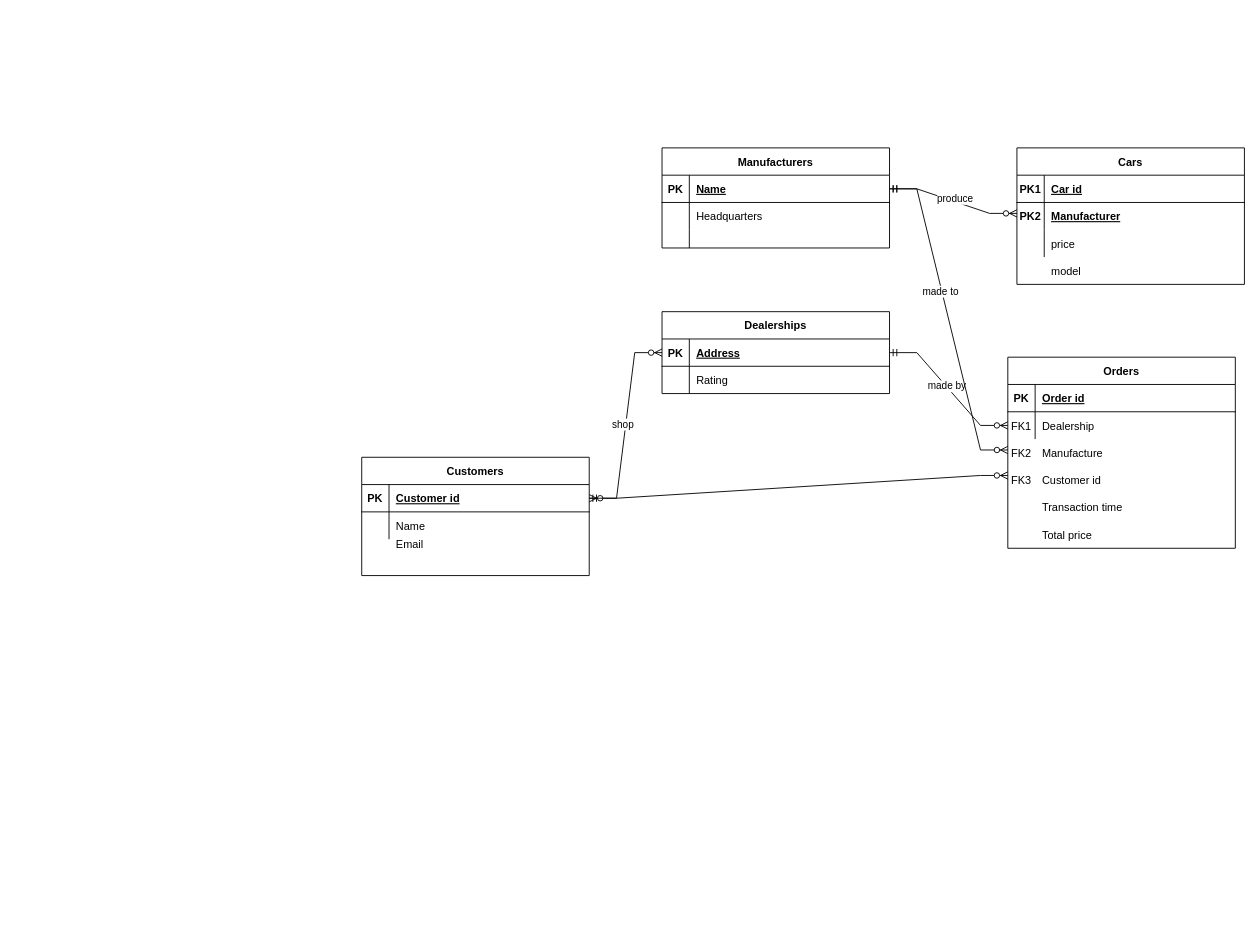
Before: Untitled2 Diagram.drawio in Peiwen0514/CS411-Database-Systems, a draw.io diagram. Source tidied: cells renumbered, new cells numbered last; positions are measured from the earlier drawing's top-left corner, leaving out a move shared by most shapes. Both pictures are drawn from the tidied source at 91%, with x=0, y=0 at pixel (361, 147).
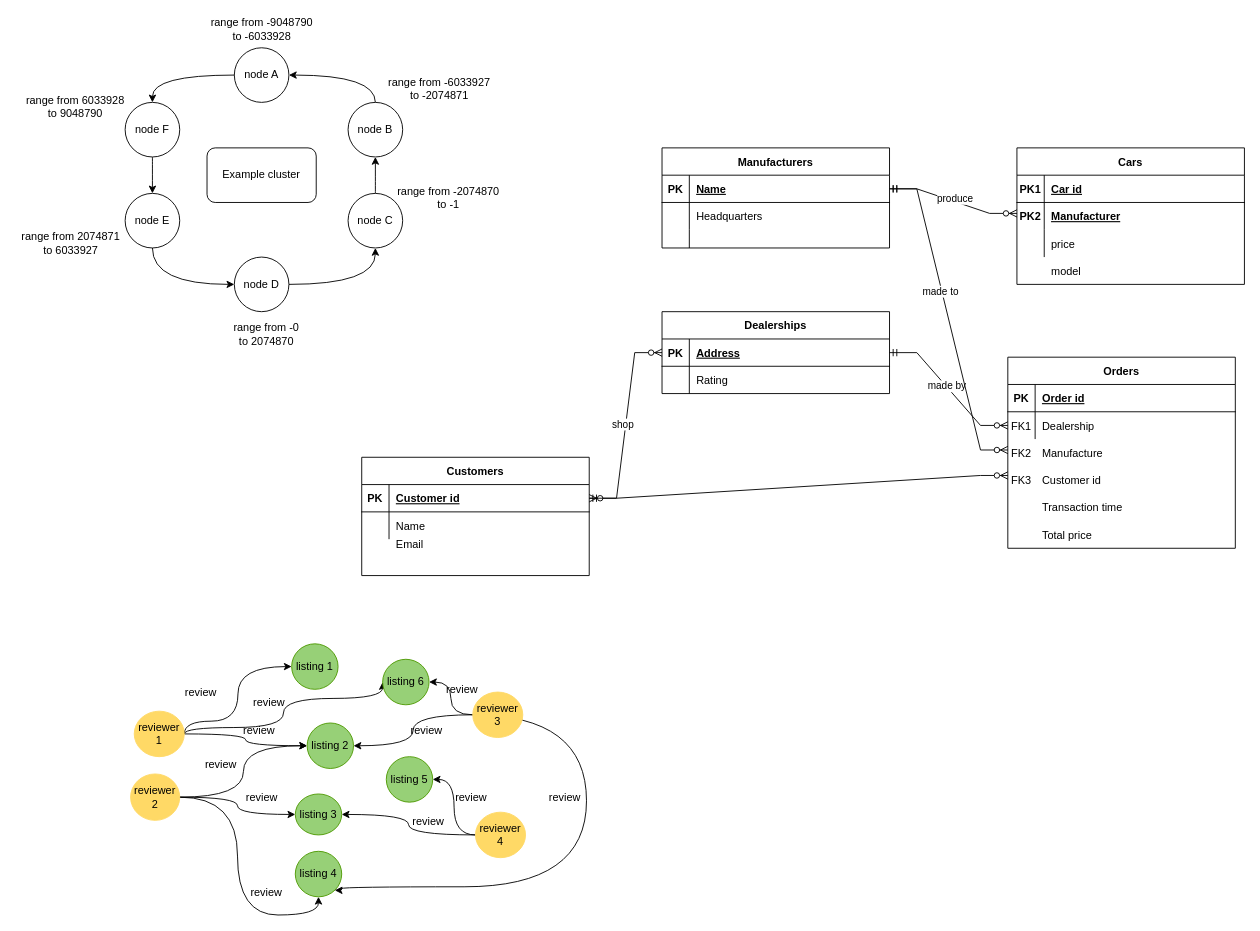
Above is the later version.

The edit, as a diff of the source:
```diff
@@
+    <mxCell id="64" style="edgeStyle=orthogonalEdgeStyle;curved=1;rounded=0;jettySize=auto;html=1;exitX=0;exitY=0.5;exitDx=0;exitDy=0;entryX=0.5;entryY=0;entryDx=0;entryDy=0;" parent="1" edge="1" source="65" target="67">
+      <mxGeometry relative="1" as="geometry" />
+    </mxCell>
+    <mxCell id="65" value="node A" style="ellipse;whiteSpace=wrap;html=1;" parent="1" vertex="1">
+      <mxGeometry x="-140" y="-110" width="60" height="60" as="geometry" />
+    </mxCell>
+    <mxCell id="66" style="edgeStyle=orthogonalEdgeStyle;curved=1;rounded=0;jettySize=auto;html=1;exitX=0.5;exitY=1;exitDx=0;exitDy=0;entryX=0.5;entryY=0;entryDx=0;entryDy=0;" parent="1" edge="1" source="67" target="69">
+      <mxGeometry relative="1" as="geometry" />
+    </mxCell>
+    <mxCell id="67" value="node F" style="ellipse;whiteSpace=wrap;html=1;" parent="1" vertex="1">
+      <mxGeometry x="-260" y="-50" width="60" height="60" as="geometry" />
+    </mxCell>
+    <mxCell id="68" style="edgeStyle=orthogonalEdgeStyle;curved=1;rounded=0;jettySize=auto;html=1;exitX=0.5;exitY=1;exitDx=0;exitDy=0;entryX=0;entryY=0.5;entryDx=0;entryDy=0;" parent="1" edge="1" source="69" target="71">
+      <mxGeometry relative="1" as="geometry" />
+    </mxCell>
+    <mxCell id="69" value="node E" style="ellipse;whiteSpace=wrap;html=1;" parent="1" vertex="1">
+      <mxGeometry x="-260" y="50" width="60" height="60" as="geometry" />
+    </mxCell>
+    <mxCell id="70" style="edgeStyle=orthogonalEdgeStyle;curved=1;rounded=0;jettySize=auto;html=1;exitX=1;exitY=0.5;exitDx=0;exitDy=0;entryX=0.5;entryY=1;entryDx=0;entryDy=0;" parent="1" edge="1" source="71" target="75">
+      <mxGeometry relative="1" as="geometry" />
+    </mxCell>
+    <mxCell id="71" value="node D" style="ellipse;whiteSpace=wrap;html=1;" parent="1" vertex="1">
+      <mxGeometry x="-140" y="120" width="60" height="60" as="geometry" />
+    </mxCell>
+    <mxCell id="72" style="edgeStyle=orthogonalEdgeStyle;curved=1;rounded=0;jettySize=auto;html=1;exitX=0.5;exitY=0;exitDx=0;exitDy=0;" parent="1" edge="1" source="73" target="65">
+      <mxGeometry relative="1" as="geometry" />
+    </mxCell>
+    <mxCell id="73" value="node B" style="ellipse;whiteSpace=wrap;html=1;" parent="1" vertex="1">
+      <mxGeometry x="-15" y="-50" width="60" height="60" as="geometry" />
+    </mxCell>
+    <mxCell id="74" style="edgeStyle=orthogonalEdgeStyle;curved=1;rounded=0;jettySize=auto;html=1;exitX=0.5;exitY=0;exitDx=0;exitDy=0;" parent="1" edge="1" source="75" target="73">
+      <mxGeometry relative="1" as="geometry" />
+    </mxCell>
+    <mxCell id="75" value="node C" style="ellipse;whiteSpace=wrap;html=1;" parent="1" vertex="1">
+      <mxGeometry x="-15" y="50" width="60" height="60" as="geometry" />
+    </mxCell>
+    <mxCell id="76" value="Example cluster" style="rounded=1;whiteSpace=wrap;html=1;" parent="1" vertex="1">
+      <mxGeometry x="-170" width="120" height="60" as="geometry" />
+    </mxCell>
+    <mxCell id="77" value="&lt;div&gt;range from -9048790&lt;/div&gt;&lt;div&gt;to -6033928&lt;/div&gt;" style="text;html=1;align=center;verticalAlign=middle;strokeColor=none;fillColor=none;" parent="1" vertex="1">
+      <mxGeometry x="-175" y="-145" width="130" height="30" as="geometry" />
+    </mxCell>
+    <mxCell id="78" value="&lt;div&gt;range from 6033928&lt;/div&gt;&lt;div&gt;to 9048790&lt;/div&gt;" style="text;html=1;align=center;verticalAlign=middle;strokeColor=none;fillColor=none;" parent="1" vertex="1">
+      <mxGeometry x="-375" y="-60" width="120" height="30" as="geometry" />
+    </mxCell>
+    <mxCell id="79" value="&lt;div&gt;range from -6033927&lt;/div&gt;&lt;div&gt;to -2074871&lt;br&gt;&lt;/div&gt;" style="text;html=1;align=center;verticalAlign=middle;strokeColor=none;fillColor=none;" parent="1" vertex="1">
+      <mxGeometry x="20" y="-80" width="130" height="30" as="geometry" />
+    </mxCell>
+    <mxCell id="80" value="&lt;div&gt;range from -2074870&lt;/div&gt;&lt;div&gt;to -1&lt;br&gt;&lt;/div&gt;" style="text;html=1;align=center;verticalAlign=middle;strokeColor=none;fillColor=none;" parent="1" vertex="1">
+      <mxGeometry x="30" y="40" width="130" height="30" as="geometry" />
+    </mxCell>
+    <mxCell id="81" value="&lt;div&gt;range from -0&lt;/div&gt;&lt;div&gt;to 2074870&lt;/div&gt;" style="text;html=1;align=center;verticalAlign=middle;strokeColor=none;fillColor=none;" parent="1" vertex="1">
+      <mxGeometry x="-150" y="190" width="90" height="30" as="geometry" />
+    </mxCell>
+    <mxCell id="82" value="&lt;div&gt;range from 2074871&lt;/div&gt;&lt;div&gt;to 6033927&lt;/div&gt;" style="text;html=1;align=center;verticalAlign=middle;strokeColor=none;fillColor=none;" parent="1" vertex="1">
+      <mxGeometry x="-380" y="90" width="120" height="30" as="geometry" />
+    </mxCell>
+    <mxCell id="83" style="edgeStyle=orthogonalEdgeStyle;curved=1;rounded=0;jettySize=auto;html=1;exitX=1;exitY=0.5;exitDx=0;exitDy=0;entryX=0;entryY=0.5;entryDx=0;entryDy=0;" parent="1" edge="1" source="86" target="91">
+      <mxGeometry relative="1" as="geometry">
+        <Array as="points">
+          <mxPoint x="-195" y="630" />
+          <mxPoint x="-136" y="630" />
+          <mxPoint x="-136" y="570" />
+        </Array>
+      </mxGeometry>
+    </mxCell>
+    <mxCell id="84" style="edgeStyle=orthogonalEdgeStyle;curved=1;rounded=0;jettySize=auto;html=1;exitX=1;exitY=0.5;exitDx=0;exitDy=0;" parent="1" edge="1" source="86" target="92">
+      <mxGeometry relative="1" as="geometry" />
+    </mxCell>
+    <mxCell id="85" style="edgeStyle=orthogonalEdgeStyle;curved=1;rounded=0;jettySize=auto;html=1;exitX=1;exitY=0.5;exitDx=0;exitDy=0;entryX=0;entryY=0.5;entryDx=0;entryDy=0;" parent="1" edge="1" source="86" target="105">
+      <mxGeometry relative="1" as="geometry">
+        <Array as="points">
+          <mxPoint x="-195" y="637" />
+          <mxPoint x="-86" y="637" />
+          <mxPoint x="-86" y="605" />
+          <mxPoint x="23" y="605" />
+        </Array>
+      </mxGeometry>
+    </mxCell>
+    <mxCell id="86" value="reviewer 1" style="ellipse;whiteSpace=wrap;html=1;fillColor=#FFD966;strokeColor=#FFD966;" parent="1" vertex="1">
+      <mxGeometry x="-250" y="619" width="55" height="50" as="geometry" />
+    </mxCell>
+    <mxCell id="87" style="edgeStyle=orthogonalEdgeStyle;curved=1;rounded=0;jettySize=auto;html=1;exitX=1;exitY=0.5;exitDx=0;exitDy=0;" parent="1" edge="1" source="90" target="93">
+      <mxGeometry relative="1" as="geometry" />
+    </mxCell>
+    <mxCell id="88" style="edgeStyle=orthogonalEdgeStyle;curved=1;rounded=0;jettySize=auto;html=1;exitX=1;exitY=0.5;exitDx=0;exitDy=0;entryX=0;entryY=0.5;entryDx=0;entryDy=0;" parent="1" edge="1" source="90" target="92">
+      <mxGeometry relative="1" as="geometry" />
+    </mxCell>
+    <mxCell id="89" style="edgeStyle=orthogonalEdgeStyle;curved=1;rounded=0;jettySize=auto;html=1;exitX=1;exitY=0.5;exitDx=0;exitDy=0;entryX=0.5;entryY=1;entryDx=0;entryDy=0;" parent="1" edge="1" source="90" target="94">
+      <mxGeometry relative="1" as="geometry" />
+    </mxCell>
+    <mxCell id="90" value="reviewer 2" style="ellipse;whiteSpace=wrap;html=1;fillColor=#FFD966;strokeColor=#FFD966;" parent="1" vertex="1">
+      <mxGeometry x="-254" y="688" width="54" height="51" as="geometry" />
+    </mxCell>
+    <mxCell id="91" value="listing 1" style="ellipse;whiteSpace=wrap;html=1;fillColor=#97D077;strokeColor=#4D9900;" parent="1" vertex="1">
+      <mxGeometry x="-77" y="545" width="51" height="50" as="geometry" />
+    </mxCell>
+    <mxCell id="92" value="listing 2" style="ellipse;whiteSpace=wrap;html=1;fillColor=#97D077;strokeColor=#4D9900;" parent="1" vertex="1">
+      <mxGeometry x="-60" y="632" width="51" height="50" as="geometry" />
+    </mxCell>
+    <mxCell id="93" value="listing 3" style="ellipse;whiteSpace=wrap;html=1;fillColor=#97D077;strokeColor=#4D9900;" parent="1" vertex="1">
+      <mxGeometry x="-73" y="710" width="51" height="45" as="geometry" />
+    </mxCell>
+    <mxCell id="94" value="listing 4" style="ellipse;whiteSpace=wrap;html=1;fillColor=#97D077;strokeColor=#4D9900;" parent="1" vertex="1">
+      <mxGeometry x="-73" y="773" width="51" height="50" as="geometry" />
+    </mxCell>
+    <mxCell id="95" value="review" style="text;html=1;align=center;verticalAlign=middle;strokeColor=none;fillColor=none;" parent="1" vertex="1">
+      <mxGeometry x="-136" y="632" width="45" height="18" as="geometry" />
+    </mxCell>
+    <mxCell id="96" value="review" style="text;html=1;align=center;verticalAlign=middle;strokeColor=none;fillColor=none;" parent="1" vertex="1">
+      <mxGeometry x="-200" y="590" width="45" height="18" as="geometry" />
+    </mxCell>
+    <mxCell id="97" value="review" style="text;html=1;align=center;verticalAlign=middle;strokeColor=none;fillColor=none;" parent="1" vertex="1">
+      <mxGeometry x="-132.5" y="704.5" width="45" height="18" as="geometry" />
+    </mxCell>
+    <mxCell id="98" value="review" style="text;html=1;align=center;verticalAlign=middle;strokeColor=none;fillColor=none;" parent="1" vertex="1">
+      <mxGeometry x="-177.5" y="669" width="45" height="18" as="geometry" />
+    </mxCell>
+    <mxCell id="99" value="review" style="text;html=1;align=center;verticalAlign=middle;strokeColor=none;fillColor=none;" parent="1" vertex="1">
+      <mxGeometry x="-127.5" y="810" width="45" height="18" as="geometry" />
+    </mxCell>
+    <mxCell id="100" style="edgeStyle=orthogonalEdgeStyle;curved=1;rounded=0;jettySize=auto;html=1;exitX=0;exitY=0.5;exitDx=0;exitDy=0;entryX=1;entryY=0.5;entryDx=0;entryDy=0;" parent="1" edge="1" source="103" target="105">
+      <mxGeometry relative="1" as="geometry" />
+    </mxCell>
+    <mxCell id="101" style="edgeStyle=orthogonalEdgeStyle;curved=1;rounded=0;jettySize=auto;html=1;exitX=0;exitY=0.5;exitDx=0;exitDy=0;entryX=1;entryY=0.5;entryDx=0;entryDy=0;" parent="1" edge="1" source="103" target="92">
+      <mxGeometry relative="1" as="geometry" />
+    </mxCell>
+    <mxCell id="102" style="edgeStyle=orthogonalEdgeStyle;curved=1;rounded=0;jettySize=auto;html=1;exitX=0;exitY=0.5;exitDx=0;exitDy=0;entryX=1;entryY=1;entryDx=0;entryDy=0;" parent="1" edge="1" source="103" target="94">
+      <mxGeometry relative="1" as="geometry">
+        <Array as="points">
+          <mxPoint x="247" y="623" />
+          <mxPoint x="247" y="812" />
+          <mxPoint x="-22" y="812" />
+          <mxPoint x="-22" y="816" />
+        </Array>
+      </mxGeometry>
+    </mxCell>
+    <mxCell id="103" value="reviewer 3" style="ellipse;whiteSpace=wrap;html=1;fillColor=#FFD966;strokeColor=#FFD966;" parent="1" vertex="1">
+      <mxGeometry x="122" y="598" width="55" height="50" as="geometry" />
+    </mxCell>
+    <mxCell id="104" value="listing 5" style="ellipse;whiteSpace=wrap;html=1;fillColor=#97D077;strokeColor=#4D9900;" parent="1" vertex="1">
+      <mxGeometry x="27" y="669" width="51" height="50" as="geometry" />
+    </mxCell>
+    <mxCell id="105" value="listing 6" style="ellipse;whiteSpace=wrap;html=1;fillColor=#97D077;strokeColor=#4D9900;" parent="1" vertex="1">
+      <mxGeometry x="23" y="562" width="51" height="50" as="geometry" />
+    </mxCell>
+    <mxCell id="106" style="edgeStyle=orthogonalEdgeStyle;curved=1;rounded=0;jettySize=auto;html=1;exitX=0;exitY=0.5;exitDx=0;exitDy=0;entryX=1;entryY=0.5;entryDx=0;entryDy=0;" parent="1" edge="1" source="108" target="93">
+      <mxGeometry relative="1" as="geometry" />
+    </mxCell>
+    <mxCell id="107" style="edgeStyle=orthogonalEdgeStyle;curved=1;rounded=0;jettySize=auto;html=1;exitX=0;exitY=0.5;exitDx=0;exitDy=0;entryX=1;entryY=0.5;entryDx=0;entryDy=0;" parent="1" edge="1" source="108" target="104">
+      <mxGeometry relative="1" as="geometry" />
+    </mxCell>
+    <mxCell id="108" value="reviewer 4" style="ellipse;whiteSpace=wrap;html=1;fillColor=#FFD966;strokeColor=#FFD966;" parent="1" vertex="1">
+      <mxGeometry x="125" y="730" width="55" height="50" as="geometry" />
+    </mxCell>
+    <mxCell id="109" value="review" style="text;html=1;align=center;verticalAlign=middle;strokeColor=none;fillColor=none;" parent="1" vertex="1">
+      <mxGeometry x="-125" y="601" width="45" height="18" as="geometry" />
+    </mxCell>
+    <mxCell id="110" value="review" style="text;html=1;align=center;verticalAlign=middle;strokeColor=none;fillColor=none;" parent="1" vertex="1">
+      <mxGeometry x="48" y="632" width="45" height="18" as="geometry" />
+    </mxCell>
+    <mxCell id="111" value="review" style="text;html=1;align=center;verticalAlign=middle;strokeColor=none;fillColor=none;" parent="1" vertex="1">
+      <mxGeometry x="87" y="587" width="45" height="18" as="geometry" />
+    </mxCell>
+    <mxCell id="112" value="review" style="text;html=1;align=center;verticalAlign=middle;strokeColor=none;fillColor=none;" parent="1" vertex="1">
+      <mxGeometry x="50" y="732" width="45" height="18" as="geometry" />
+    </mxCell>
+    <mxCell id="113" value="review" style="text;html=1;align=center;verticalAlign=middle;strokeColor=none;fillColor=none;" parent="1" vertex="1">
+      <mxGeometry x="97" y="704.5" width="45" height="18" as="geometry" />
+    </mxCell>
+    <mxCell id="114" value="review" style="text;html=1;align=center;verticalAlign=middle;strokeColor=none;fillColor=none;" parent="1" vertex="1">
+      <mxGeometry x="200" y="704.5" width="45" height="18" as="geometry" />
+    </mxCell>
```
